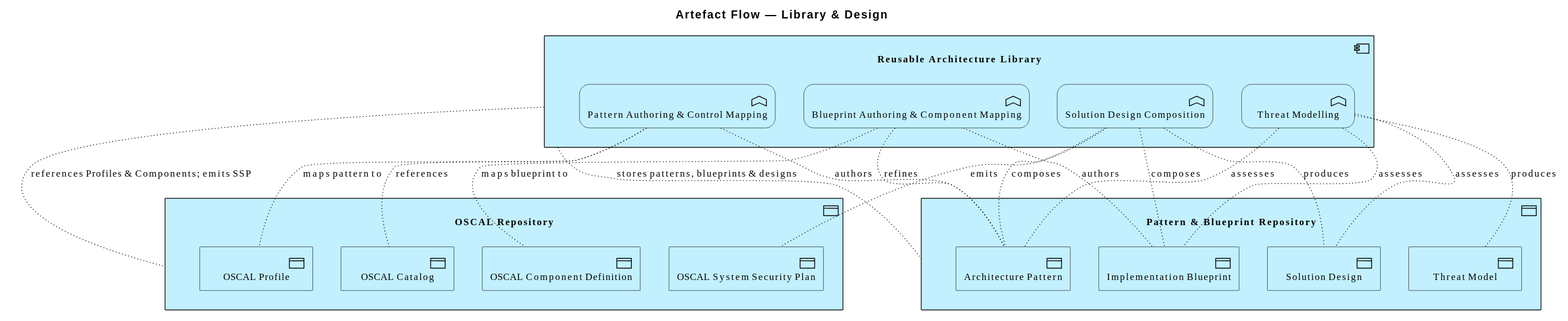
This is architecture/model/diagrams/frictionless-architect-artefact-library.svg from wolffy-au/frictionless-architect, a PlantUML export, as it was before one commit.
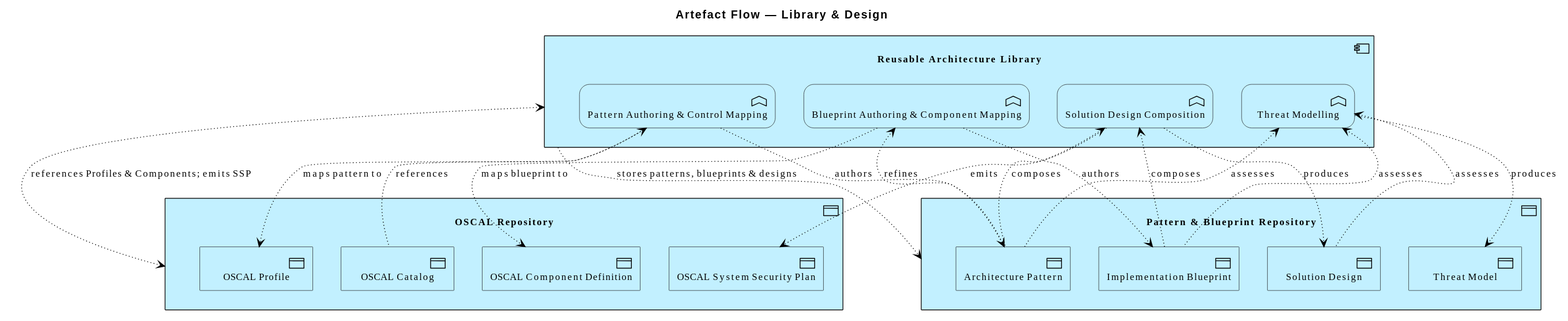
Above is the later version.

Commit message:
fix(diagram-archimate): give Access relationships read/write arrowheads

The edit, as a diff of the source:
```diff
@@ -22,20 +22,20 @@
   Application_DataObject(e_id4e26a4b745705e, "Threat Model")
 }
 
-Rel_Access(e_id3b0beba52b5a5c, e_idb18c37abc9ff51, "references Profiles & Components; emits SSP")
-Rel_Access(e_id3b0beba52b5a5c, e_idb9264b9a2b5a50, "stores patterns, blueprints & designs")
-Rel_Access(e_iddd11da366c175c, e_idddf65887d53f57, "references")
-Rel_Access(e_iddd11da366c175c, e_idd89db32a51b55a, "authors")
-Rel_Access(e_iddd11da366c175c, e_id9659a679544058, "maps pattern to")
-Rel_Access(e_ide1ad558dbdf859, e_idd89db32a51b55a, "refines")
-Rel_Access(e_ide1ad558dbdf859, e_id6599578e1d1057, "authors")
-Rel_Access(e_ide1ad558dbdf859, e_id192cc75cb2785d, "maps blueprint to")
-Rel_Access(e_idf6a4f65b28fc5e, e_id6599578e1d1057, "composes")
-Rel_Access(e_idf6a4f65b28fc5e, e_idd89db32a51b55a, "composes")
-Rel_Access(e_idf6a4f65b28fc5e, e_id506d57a987bb51, "produces")
-Rel_Access(e_idf6a4f65b28fc5e, e_id20c3b0ad770d57, "emits")
-Rel_Access(e_iddc37081ec05957, e_idd89db32a51b55a, "assesses")
-Rel_Access(e_iddc37081ec05957, e_id6599578e1d1057, "assesses")
-Rel_Access(e_iddc37081ec05957, e_id506d57a987bb51, "assesses")
-Rel_Access(e_iddc37081ec05957, e_id4e26a4b745705e, "produces")
+Rel_Access_rw(e_id3b0beba52b5a5c, e_idb18c37abc9ff51, "references Profiles & Components; emits SSP")
+Rel_Access_w(e_id3b0beba52b5a5c, e_idb9264b9a2b5a50, "stores patterns, blueprints & designs")
+Rel_Access_r(e_iddd11da366c175c, e_idddf65887d53f57, "references")
+Rel_Access_w(e_iddd11da366c175c, e_idd89db32a51b55a, "authors")
+Rel_Access_w(e_iddd11da366c175c, e_id9659a679544058, "maps pattern to")
+Rel_Access_r(e_ide1ad558dbdf859, e_idd89db32a51b55a, "refines")
+Rel_Access_w(e_ide1ad558dbdf859, e_id6599578e1d1057, "authors")
+Rel_Access_w(e_ide1ad558dbdf859, e_id192cc75cb2785d, "maps blueprint to")
+Rel_Access_r(e_idf6a4f65b28fc5e, e_id6599578e1d1057, "composes")
+Rel_Access_r(e_idf6a4f65b28fc5e, e_idd89db32a51b55a, "composes")
+Rel_Access_w(e_idf6a4f65b28fc5e, e_id506d57a987bb51, "produces")
+Rel_Access_w(e_idf6a4f65b28fc5e, e_id20c3b0ad770d57, "emits")
+Rel_Access_r(e_iddc37081ec05957, e_idd89db32a51b55a, "assesses")
+Rel_Access_r(e_iddc37081ec05957, e_id6599578e1d1057, "assesses")
+Rel_Access_r(e_iddc37081ec05957, e_id506d57a987bb51, "assesses")
+Rel_Access_w(e_iddc37081ec05957, e_id4e26a4b745705e, "produces")
 @enduml
```
